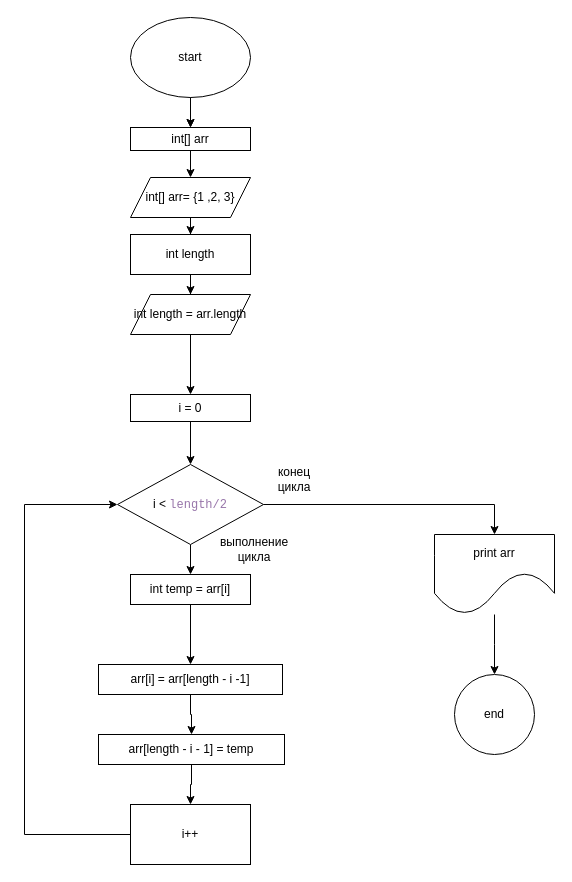
This is PracticeModul/33.drawio from DmitriDjourov/BJ_practice, a draw.io file, before an edit. Source tidied: cells renumbered, new cells numbered last; positions are measured from the earlier drawing's top-left corner, leaving out a move shared by most shapes. Both pictures are drawn from the tidied source at 100%, with x=0, y=0 at pixel (24, 17).
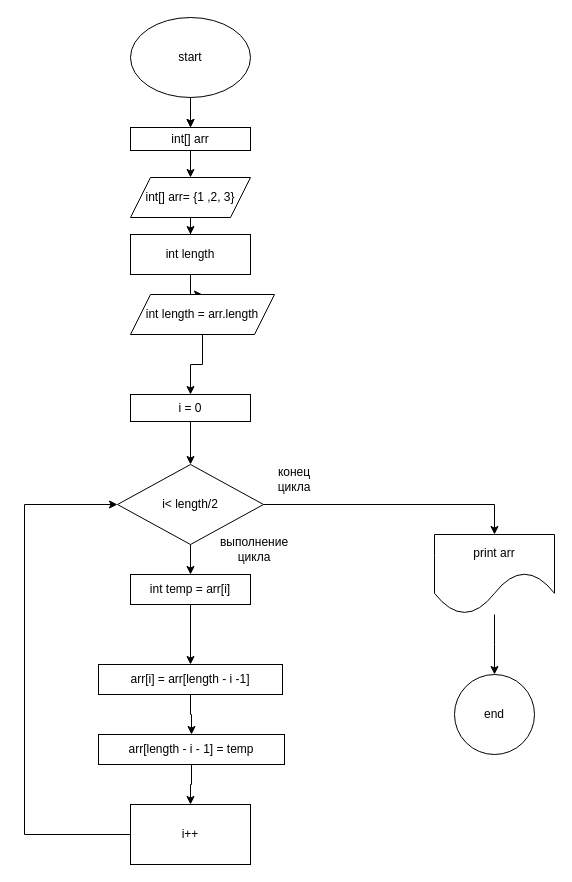
After the change.

Commit message (it also covers changes not shown here):
Добавлено задание 34 , добавлена блок-схема 34

What changed in the source:
```diff
@@
-    <mxCell id="10" value="i &amp;lt;&amp;nbsp;&lt;span style=&quot;font-family: &amp;quot;JetBrains Mono&amp;quot;, monospace; color: rgb(152, 118, 170);&quot;&gt;length/2&lt;/span&gt;" style="rhombus;whiteSpace=wrap;html=1;rounded=0;" parent="1" vertex="1">
+    <mxCell id="10" value="i&amp;lt; length/2" style="rhombus;whiteSpace=wrap;html=1;rounded=0;" parent="1" vertex="1">
       <mxGeometry x="93" y="447" width="146" height="80" as="geometry" />
     </mxCell>
@@
     <mxCell id="21" value="int length = arr.length" style="shape=parallelogram;perimeter=parallelogramPerimeter;whiteSpace=wrap;html=1;fixedSize=1;" parent="1" vertex="1">
-      <mxGeometry x="106" y="277" width="120" height="40" as="geometry" />
+      <mxGeometry x="106" y="277" width="144" height="40" as="geometry" />
     </mxCell>
```
